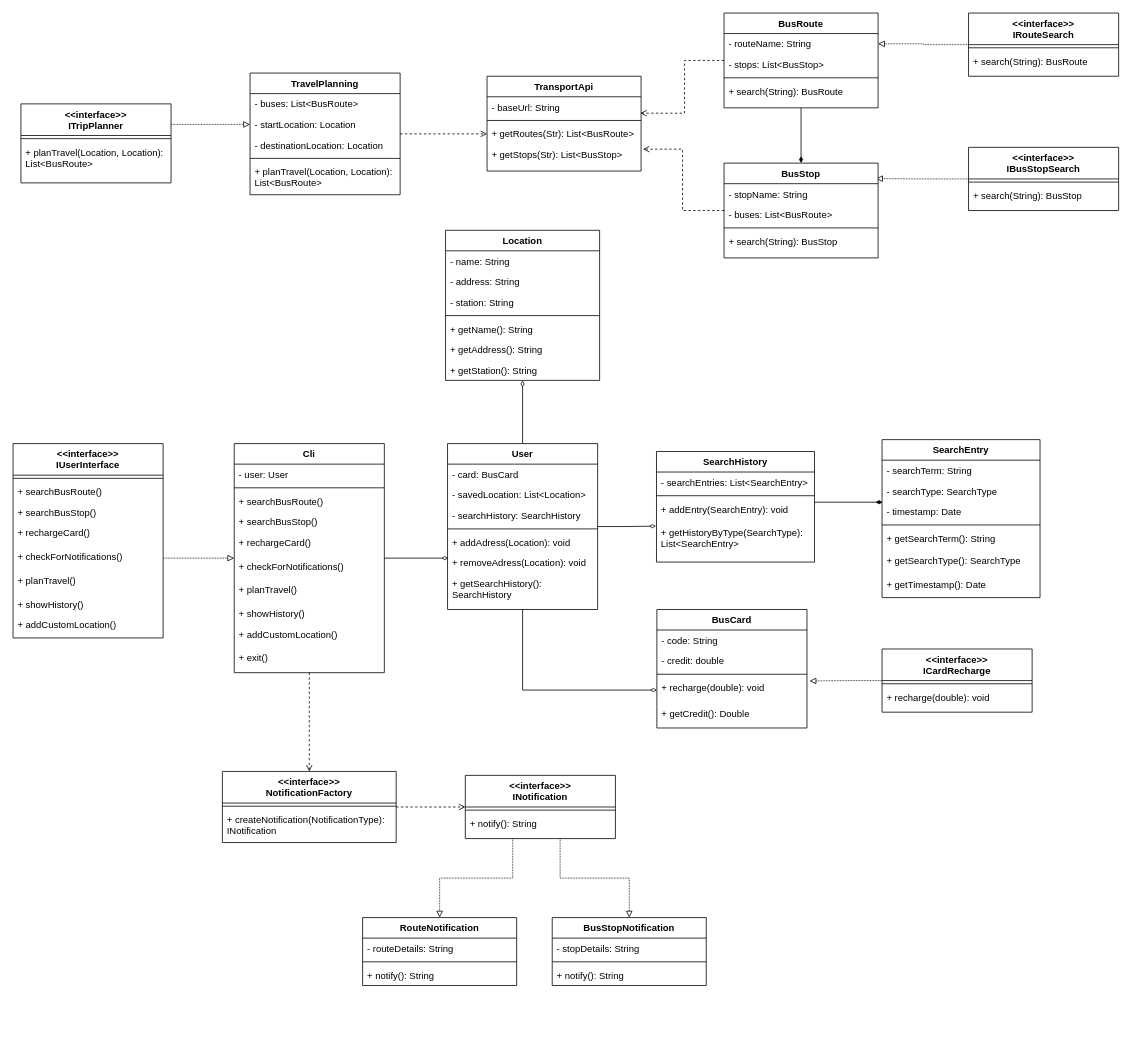
ProyectoFinalSoftwareModeling/SmartCommute keeps this draw.io diagram as page "Class" (2 of 3) of diagrams.drawio. Above is the earlier version. Source tidied: cells renumbered, new cells numbered last; positions are measured from the earlier drawing's top-left corner, leaving out a move shared by most shapes. Both pictures are drawn from the tidied source at 79%, with x=0, y=0 at pixel (13, 13).
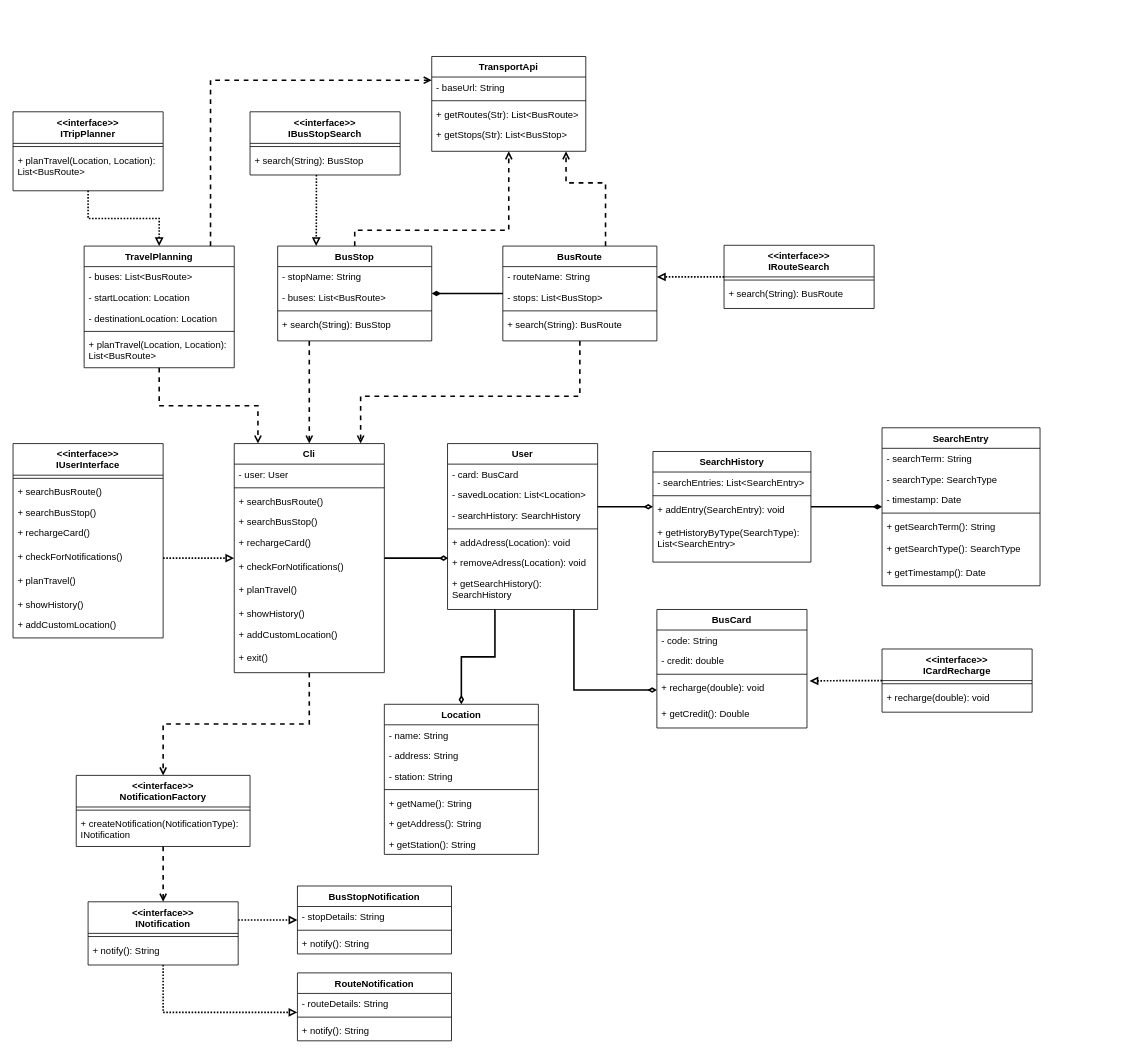
After the change.

Commit message:
ClassDiagram: Clarity improvements

Unchanged cells that the change refers to:
```xml
<mxCell id="4" value="User" style="swimlane;fontStyle=1;align=center;verticalAlign=top;horizontal=1;startSize=26;rounded=0;shadow=0;strokeWidth=1;" parent="1" vertex="1">
  <mxGeometry x="550" y="545" width="190" height="210" as="geometry" />
</mxCell>
<mxCell id="10" value="+ removeAdress(Location): void" style="text;align=left;verticalAlign=top;spacingLeft=4;spacingRight=4;overflow=hidden;points=[[0,0.5],[1,0.5]];portConstraint=eastwest;" parent="4" vertex="1">
  <mxGeometry y="138" width="190" height="26" as="geometry" />
</mxCell>
<mxCell id="17" value="+ checkForNotifications()" style="text;align=left;verticalAlign=top;spacingLeft=4;spacingRight=4;overflow=hidden;points=[[0,0.5],[1,0.5]];portConstraint=eastwest;" parent="12" vertex="1">
  <mxGeometry y="130" width="190" height="30" as="geometry" />
</mxCell>
<mxCell id="22" value="Cli" style="swimlane;fontStyle=1;align=center;verticalAlign=top;horizontal=1;startSize=26;rounded=0;shadow=0;strokeWidth=1;" parent="1" vertex="1">
  <mxGeometry x="280" y="545" width="190" height="290" as="geometry" />
</mxCell>
<mxCell id="39" value="- startLocation: Location" style="text;align=left;verticalAlign=top;spacingLeft=4;spacingRight=4;overflow=hidden;points=[[0,0.5],[1,0.5]];portConstraint=eastwest;rounded=0;shadow=0;html=0;" parent="37" vertex="1">
  <mxGeometry y="52" width="190" height="26" as="geometry" />
</mxCell>
<mxCell id="46" value="+ addEntry(SearchEntry): void" style="text;align=left;verticalAlign=top;spacingLeft=4;spacingRight=4;overflow=hidden;points=[[0,0.5],[1,0.5]];portConstraint=eastwest;" parent="43" vertex="1">
  <mxGeometry y="60" width="200" height="30" as="geometry" />
</mxCell>
<mxCell id="47" value="+ getHistoryByType(SearchType): &#10;List&lt;SearchEntry&gt;" style="text;align=left;verticalAlign=top;spacingLeft=4;spacingRight=4;overflow=hidden;points=[[0,0.5],[1,0.5]];portConstraint=eastwest;" parent="43" vertex="1">
  <mxGeometry y="90" width="200" height="40" as="geometry" />
</mxCell>
<mxCell id="48" value="&lt;&lt;interface&gt;&gt;&#10;ICardRecharge" style="swimlane;fontStyle=1;align=center;verticalAlign=top;horizontal=1;startSize=40;rounded=0;shadow=0;strokeWidth=1;" parent="1" vertex="1">
  <mxGeometry x="1100" y="805" width="190" height="80" as="geometry" />
</mxCell>
<mxCell id="55" value="+ recharge(double): void" style="text;align=left;verticalAlign=top;spacingLeft=4;spacingRight=4;overflow=hidden;points=[[0,0.5],[1,0.5]];portConstraint=eastwest;" parent="51" vertex="1">
  <mxGeometry y="86" width="190" height="32" as="geometry" />
</mxCell>
<mxCell id="64" value="- routeName: String" style="text;align=left;verticalAlign=top;spacingLeft=4;spacingRight=4;overflow=hidden;points=[[0,0.5],[1,0.5]];portConstraint=eastwest;rounded=0;shadow=0;html=0;" parent="63" vertex="1">
  <mxGeometry y="26" width="195" height="26" as="geometry" />
</mxCell>
<mxCell id="98" value="- baseUrl: String" style="text;align=left;verticalAlign=top;spacingLeft=4;spacingRight=4;overflow=hidden;points=[[0,0.5],[1,0.5]];portConstraint=eastwest;rounded=0;shadow=0;html=0;" parent="97" vertex="1">
  <mxGeometry y="26" width="195" height="26" as="geometry" />
</mxCell>
<mxCell id="100" value="+ getRoutes(Str): List&lt;BusRoute&gt;" style="text;align=left;verticalAlign=top;spacingLeft=4;spacingRight=4;overflow=hidden;points=[[0,0.5],[1,0.5]];portConstraint=eastwest;rounded=0;shadow=0;html=0;" parent="97" vertex="1">
  <mxGeometry y="60" width="195" height="26" as="geometry" />
</mxCell>
<mxCell id="101" value="+ getStops(Str): List&lt;BusStop&gt;" style="text;align=left;verticalAlign=top;spacingLeft=4;spacingRight=4;overflow=hidden;points=[[0,0.5],[1,0.5]];portConstraint=eastwest;rounded=0;shadow=0;html=0;" parent="97" vertex="1">
  <mxGeometry y="86" width="195" height="26" as="geometry" />
</mxCell>
<mxCell id="114" value="- timestamp: Date" style="text;align=left;verticalAlign=top;spacingLeft=4;spacingRight=4;overflow=hidden;points=[[0,0.5],[1,0.5]];portConstraint=eastwest;rounded=0;shadow=0;html=0;" parent="111" vertex="1">
  <mxGeometry y="78" width="200" height="26" as="geometry" />
</mxCell>
```

Change to the diagram source:
```diff
@@
-    <mxCell id="2" style="edgeStyle=orthogonalEdgeStyle;rounded=0;jettySize=auto;html=1;entryX=0;entryY=0.5;entryDx=0;entryDy=0;endArrow=diamondThin;endFill=0;" parent="1" edge="1" source="4" target="55">
-      <mxGeometry relative="1" as="geometry" />
+    <mxCell id="2" style="edgeStyle=orthogonalEdgeStyle;rounded=0;jettySize=auto;html=1;entryX=0;entryY=0.5;entryDx=0;entryDy=0;endArrow=diamondThin;endFill=0;strokeWidth=2;" parent="1" edge="1" source="4" target="55">
+      <mxGeometry relative="1" as="geometry">
+        <Array as="points">
+          <mxPoint x="710" y="857" />
+        </Array>
+      </mxGeometry>
     </mxCell>
-    <mxCell id="3" style="edgeStyle=orthogonalEdgeStyle;rounded=0;jettySize=auto;html=1;entryX=0.5;entryY=1;entryDx=0;entryDy=0;endArrow=diamondThin;endFill=0;" parent="1" edge="1" source="4" target="103">
-      <mxGeometry relative="1" as="geometry" />
+    <mxCell id="3" style="edgeStyle=orthogonalEdgeStyle;rounded=0;jettySize=auto;html=1;entryX=0.5;entryY=0;entryDx=0;entryDy=0;endArrow=diamondThin;endFill=0;strokeWidth=2;" parent="1" edge="1" source="4" target="103">
+      <mxGeometry relative="1" as="geometry">
+        <Array as="points">
+          <mxPoint x="610" y="815" />
+          <mxPoint x="567" y="815" />
+        </Array>
+      </mxGeometry>
     </mxCell>
@@
-    <mxCell id="21" style="edgeStyle=orthogonalEdgeStyle;rounded=0;jettySize=auto;html=1;entryX=0.5;entryY=0;entryDx=0;entryDy=0;dashed=1;endArrow=open;endFill=0;" parent="1" edge="1" source="22" target="91">
+    <mxCell id="21" style="edgeStyle=orthogonalEdgeStyle;rounded=0;jettySize=auto;html=1;entryX=0.5;entryY=0;entryDx=0;entryDy=0;dashed=1;endArrow=open;endFill=0;strokeWidth=2;" parent="1" edge="1" source="22" target="91">
       <mxGeometry relative="1" as="geometry" />
     </mxCell>
@@
     <mxCell id="33" value="&lt;&lt;interface&gt;&gt;&#10;ITripPlanner" style="swimlane;fontStyle=1;align=center;verticalAlign=top;horizontal=1;startSize=40;rounded=0;shadow=0;strokeWidth=1;" parent="1" vertex="1">
-      <mxGeometry x="10" y="115" width="190" height="100" as="geometry" />
+      <mxGeometry y="125" width="190" height="100" as="geometry" />
     </mxCell>
@@
-    <mxCell id="36" style="edgeStyle=orthogonalEdgeStyle;rounded=0;jettySize=auto;html=1;entryX=0;entryY=0.5;entryDx=0;entryDy=0;dashed=1;endArrow=open;endFill=0;" parent="1" edge="1" source="37" target="100">
-      <mxGeometry relative="1" as="geometry" />
+    <mxCell id="36" style="edgeStyle=orthogonalEdgeStyle;rounded=0;jettySize=auto;html=1;dashed=1;endArrow=open;endFill=0;targetPerimeterSpacing=0;strokeColor=default;strokeWidth=2;" parent="1" edge="1" source="37" target="97">
+      <mxGeometry relative="1" as="geometry">
+        <Array as="points">
+          <mxPoint x="250" y="85" />
+        </Array>
+      </mxGeometry>
     </mxCell>
+    <mxCell id="122" style="edgeStyle=orthogonalEdgeStyle;rounded=0;jettySize=auto;html=1;dashed=1;endArrow=open;endFill=0;strokeWidth=2;" parent="1" edge="1" source="37" target="22">
+      <mxGeometry relative="1" as="geometry">
+        <Array as="points">
+          <mxPoint x="185" y="497" />
+          <mxPoint x="310" y="497" />
+        </Array>
+      </mxGeometry>
+    </mxCell>
     <mxCell id="37" value="TravelPlanning" style="swimlane;fontStyle=1;align=center;verticalAlign=top;horizontal=1;startSize=26;rounded=0;shadow=0;strokeWidth=1;" parent="1" vertex="1">
-      <mxGeometry x="300" y="76" width="190" height="154" as="geometry" />
+      <mxGeometry x="90" y="295" width="190" height="154" as="geometry" />
     </mxCell>
@@
     <mxCell id="43" value="SearchHistory" style="swimlane;fontStyle=1;align=center;verticalAlign=top;horizontal=1;startSize=26;rounded=0;shadow=0;strokeWidth=1;" parent="1" vertex="1">
-      <mxGeometry x="814.5" y="555" width="200" height="140" as="geometry" />
+      <mxGeometry x="810" y="555" width="200" height="140" as="geometry" />
     </mxCell>
@@
-    <mxCell id="57" style="edgeStyle=orthogonalEdgeStyle;rounded=0;jettySize=auto;html=1;entryX=1;entryY=0.5;entryDx=0;entryDy=0;endArrow=block;endFill=0;dashed=1;dashPattern=1 1;" parent="1" edge="1" source="58" target="64">
+    <mxCell id="57" style="edgeStyle=orthogonalEdgeStyle;rounded=0;jettySize=auto;html=1;entryX=1;entryY=0.5;entryDx=0;entryDy=0;endArrow=block;endFill=0;dashed=1;dashPattern=1 1;strokeWidth=2;" parent="1" edge="1" source="58" target="64">
       <mxGeometry relative="1" as="geometry" />
     </mxCell>
     <mxCell id="58" value="&lt;&lt;interface&gt;&gt;&#10;IRouteSearch" style="swimlane;fontStyle=1;align=center;verticalAlign=top;horizontal=1;startSize=40;rounded=0;shadow=0;strokeWidth=1;" parent="1" vertex="1">
-      <mxGeometry x="1209.5" width="190" height="80" as="geometry" />
+      <mxGeometry x="900" y="294" width="190" height="80" as="geometry" />
     </mxCell>
@@
-    <mxCell id="61" style="edgeStyle=orthogonalEdgeStyle;rounded=0;jettySize=auto;html=1;entryX=0.5;entryY=0;entryDx=0;entryDy=0;endArrow=diamondThin;endFill=1;" parent="1" edge="1" source="63" target="72">
+    <mxCell id="61" style="edgeStyle=orthogonalEdgeStyle;rounded=0;jettySize=auto;html=1;endArrow=diamondThin;endFill=1;strokeWidth=2;" parent="1" edge="1" source="63" target="72">
       <mxGeometry relative="1" as="geometry" />
     </mxCell>
-    <mxCell id="62" style="edgeStyle=orthogonalEdgeStyle;rounded=0;jettySize=auto;html=1;entryX=0.995;entryY=0.799;entryDx=0;entryDy=0;dashed=1;endArrow=open;endFill=0;entryPerimeter=0;" parent="1" edge="1" source="63" target="98">
+    <mxCell id="62" style="edgeStyle=orthogonalEdgeStyle;rounded=0;jettySize=auto;html=1;dashed=1;endArrow=open;endFill=0;strokeWidth=2;" parent="1" edge="1" source="63" target="97">
       <mxGeometry relative="1" as="geometry">
         <Array as="points">
-          <mxPoint x="850" y="60" />
-          <mxPoint x="850" y="127" />
+          <mxPoint x="750" y="215" />
+          <mxPoint x="700" y="215" />
         </Array>
       </mxGeometry>
     </mxCell>
+    <mxCell id="123" style="edgeStyle=orthogonalEdgeStyle;rounded=0;jettySize=auto;html=1;endArrow=open;endFill=0;dashed=1;strokeWidth=2;" parent="1" edge="1" source="63" target="22">
+      <mxGeometry relative="1" as="geometry">
+        <Array as="points">
+          <mxPoint x="717" y="485" />
+          <mxPoint x="440" y="485" />
+        </Array>
+      </mxGeometry>
+    </mxCell>
     <mxCell id="63" value="BusRoute" style="swimlane;fontStyle=1;align=center;verticalAlign=top;horizontal=1;startSize=26;rounded=0;shadow=0;strokeWidth=1;" parent="1" vertex="1">
-      <mxGeometry x="900" width="195" height="120" as="geometry" />
+      <mxGeometry x="620" y="295" width="195" height="120" as="geometry" />
     </mxCell>
@@
-    <mxCell id="68" style="edgeStyle=orthogonalEdgeStyle;rounded=0;jettySize=auto;html=1;endArrow=block;endFill=0;dashed=1;dashPattern=1 1;entryX=0.987;entryY=0.163;entryDx=0;entryDy=0;entryPerimeter=0;" parent="1" edge="1" source="69" target="72">
-      <mxGeometry relative="1" as="geometry" />
+    <mxCell id="68" style="edgeStyle=orthogonalEdgeStyle;rounded=0;jettySize=auto;html=1;endArrow=block;endFill=0;dashed=1;dashPattern=1 1;entryX=0.25;entryY=0;entryDx=0;entryDy=0;strokeWidth=2;" parent="1" edge="1" source="69" target="72">
+      <mxGeometry relative="1" as="geometry">
+        <Array as="points">
+          <mxPoint x="384" y="255" />
+          <mxPoint x="384" y="255" />
+        </Array>
+      </mxGeometry>
     </mxCell>
     <mxCell id="69" value="&lt;&lt;interface&gt;&gt;&#10;IBusStopSearch" style="swimlane;fontStyle=1;align=center;verticalAlign=top;horizontal=1;startSize=40;rounded=0;shadow=0;strokeWidth=1;" parent="1" vertex="1">
-      <mxGeometry x="1209.5" y="170" width="190" height="80" as="geometry" />
+      <mxGeometry x="300" y="125" width="190" height="80" as="geometry" />
     </mxCell>
@@
+    <mxCell id="124" style="edgeStyle=orthogonalEdgeStyle;rounded=0;jettySize=auto;html=1;endArrow=open;endFill=0;dashed=1;strokeWidth=2;" parent="1" edge="1" source="72" target="22">
+      <mxGeometry relative="1" as="geometry">
+        <Array as="points">
+          <mxPoint x="375" y="445" />
+          <mxPoint x="375" y="445" />
+        </Array>
+      </mxGeometry>
+    </mxCell>
     <mxCell id="72" value="BusStop" style="swimlane;fontStyle=1;align=center;verticalAlign=top;horizontal=1;startSize=26;rounded=0;shadow=0;strokeWidth=1;" parent="1" vertex="1">
-      <mxGeometry x="900" y="190" width="195" height="120" as="geometry" />
+      <mxGeometry x="335" y="295" width="195" height="120" as="geometry" />
     </mxCell>
@@
-    <mxCell id="77" style="edgeStyle=orthogonalEdgeStyle;rounded=0;jettySize=auto;html=1;entryX=0.5;entryY=0;entryDx=0;entryDy=0;endArrow=block;endFill=0;dashed=1;dashPattern=1 1;" parent="1" edge="1" source="79" target="82">
+    <mxCell id="77" style="edgeStyle=orthogonalEdgeStyle;rounded=0;jettySize=auto;html=1;endArrow=block;endFill=0;dashed=1;dashPattern=1 1;strokeWidth=2;" parent="1" edge="1" source="79" target="82">
       <mxGeometry relative="1" as="geometry">
         <Array as="points">
-          <mxPoint x="632.5" y="1095" />
-          <mxPoint x="540.5" y="1095" />
+          <mxPoint x="190" y="1265" />
         </Array>
       </mxGeometry>
     </mxCell>
-    <mxCell id="78" style="edgeStyle=orthogonalEdgeStyle;rounded=0;jettySize=auto;html=1;entryX=0.5;entryY=0;entryDx=0;entryDy=0;dashed=1;dashPattern=1 1;endArrow=block;endFill=0;" parent="1" edge="1" source="79" target="86">
+    <mxCell id="78" style="edgeStyle=orthogonalEdgeStyle;rounded=0;jettySize=auto;html=1;dashed=1;dashPattern=1 1;endArrow=block;endFill=0;strokeWidth=2;" parent="1" edge="1" source="79" target="86">
       <mxGeometry relative="1" as="geometry">
         <Array as="points">
-          <mxPoint x="692.5" y="1095" />
-          <mxPoint x="780.5" y="1095" />
+          <mxPoint x="300" y="1148" />
+          <mxPoint x="300" y="1148" />
         </Array>
       </mxGeometry>
     </mxCell>
     <mxCell id="79" value="&lt;&lt;interface&gt;&gt;&#10;INotification" style="swimlane;fontStyle=1;align=center;verticalAlign=top;horizontal=1;startSize=40;rounded=0;shadow=0;strokeWidth=1;" parent="1" vertex="1">
-      <mxGeometry x="572.5" y="965" width="190" height="80" as="geometry" />
+      <mxGeometry x="95" y="1125" width="190" height="80" as="geometry" />
     </mxCell>
@@
     <mxCell id="82" value="RouteNotification" style="swimlane;fontStyle=1;align=center;verticalAlign=top;horizontal=1;startSize=26;rounded=0;shadow=0;strokeWidth=1;" parent="1" vertex="1">
-      <mxGeometry x="442.5" y="1145" width="195" height="86" as="geometry" />
+      <mxGeometry x="360" y="1215" width="195" height="86" as="geometry" />
     </mxCell>
@@
     <mxCell id="86" value="BusStopNotification" style="swimlane;fontStyle=1;align=center;verticalAlign=top;horizontal=1;startSize=26;rounded=0;shadow=0;strokeWidth=1;" parent="1" vertex="1">
-      <mxGeometry x="682.5" y="1145" width="195" height="86" as="geometry" />
+      <mxGeometry x="360" y="1105" width="195" height="86" as="geometry" />
     </mxCell>
@@
-    <mxCell id="90" style="edgeStyle=orthogonalEdgeStyle;rounded=0;jettySize=auto;html=1;entryX=0;entryY=0.5;entryDx=0;entryDy=0;dashed=1;endArrow=open;endFill=0;" parent="1" edge="1" source="91" target="79">
+    <mxCell id="90" style="edgeStyle=orthogonalEdgeStyle;rounded=0;jettySize=auto;html=1;entryX=0.5;entryY=0;entryDx=0;entryDy=0;dashed=1;endArrow=open;endFill=0;strokeWidth=2;" parent="1" edge="1" source="91" target="79">
       <mxGeometry relative="1" as="geometry" />
     </mxCell>
     <mxCell id="91" value="&lt;&lt;interface&gt;&gt;&#10;NotificationFactory" style="swimlane;fontStyle=1;align=center;verticalAlign=top;horizontal=1;startSize=40;rounded=0;shadow=0;strokeWidth=1;" parent="1" vertex="1">
-      <mxGeometry x="265" y="960" width="220" height="90" as="geometry" />
+      <mxGeometry x="80" y="965" width="220" height="90" as="geometry" />
     </mxCell>
@@
-    <mxCell id="94" style="edgeStyle=orthogonalEdgeStyle;rounded=0;jettySize=auto;html=1;entryX=0;entryY=0.5;entryDx=0;entryDy=0;dashed=1;endArrow=block;endFill=0;dashPattern=1 1;" parent="1" edge="1" source="17" target="22">
+    <mxCell id="94" style="edgeStyle=orthogonalEdgeStyle;rounded=0;jettySize=auto;html=1;entryX=0;entryY=0.5;entryDx=0;entryDy=0;dashed=1;endArrow=block;endFill=0;dashPattern=1 1;strokeWidth=2;" parent="1" edge="1" source="17" target="22">
       <mxGeometry relative="1" as="geometry" />
     </mxCell>
-    <mxCell id="95" style="edgeStyle=orthogonalEdgeStyle;rounded=0;jettySize=auto;html=1;entryX=0.005;entryY=0.269;entryDx=0;entryDy=0;entryPerimeter=0;endArrow=diamondThin;endFill=0;" parent="1" edge="1" source="22" target="10">
+    <mxCell id="95" style="edgeStyle=orthogonalEdgeStyle;rounded=0;jettySize=auto;html=1;entryX=0.005;entryY=0.269;entryDx=0;entryDy=0;entryPerimeter=0;endArrow=diamondThin;endFill=0;strokeWidth=2;flowAnimation=0;shadow=0;curved=0;" parent="1" edge="1" source="22" target="10">
       <mxGeometry relative="1" as="geometry" />
     </mxCell>
-    <mxCell id="96" style="edgeStyle=orthogonalEdgeStyle;rounded=0;jettySize=auto;html=1;entryX=0;entryY=0.5;entryDx=0;entryDy=0;dashed=1;endArrow=block;endFill=0;dashPattern=1 1;" parent="1" edge="1" source="33" target="39">
-      <mxGeometry relative="1" as="geometry">
-        <Array as="points">
-          <mxPoint x="250" y="141" />
-          <mxPoint x="250" y="141" />
-        </Array>
-      </mxGeometry>
+    <mxCell id="96" style="edgeStyle=orthogonalEdgeStyle;rounded=0;jettySize=auto;html=1;dashed=1;endArrow=block;endFill=0;dashPattern=1 1;strokeWidth=2;" parent="1" edge="1" source="33" target="37">
+      <mxGeometry relative="1" as="geometry" />
     </mxCell>
     <mxCell id="97" value="TransportApi" style="swimlane;fontStyle=1;align=center;verticalAlign=top;horizontal=1;startSize=26;rounded=0;shadow=0;strokeWidth=1;" parent="1" vertex="1">
-      <mxGeometry x="600" y="80" width="195" height="120" as="geometry" />
+      <mxGeometry x="530" y="55" width="195" height="120" as="geometry" />
     </mxCell>
@@
-    <mxCell id="102" style="edgeStyle=orthogonalEdgeStyle;rounded=0;jettySize=auto;html=1;entryX=-0.003;entryY=0.112;entryDx=0;entryDy=0;entryPerimeter=0;endArrow=diamondThin;endFill=0;" parent="1" edge="1" source="4" target="47">
-      <mxGeometry relative="1" as="geometry" />
+    <mxCell id="102" style="edgeStyle=orthogonalEdgeStyle;rounded=0;jettySize=auto;html=1;endArrow=diamondThin;endFill=0;strokeWidth=2;" parent="1" edge="1" source="4" target="43">
+      <mxGeometry relative="1" as="geometry">
+        <Array as="points">
+          <mxPoint x="770" y="625" />
+          <mxPoint x="770" y="625" />
+        </Array>
+      </mxGeometry>
     </mxCell>
     <mxCell id="103" value="Location" style="swimlane;fontStyle=1;align=center;verticalAlign=top;horizontal=1;startSize=26;rounded=0;shadow=0;strokeWidth=1;" parent="1" vertex="1">
-      <mxGeometry x="547.5" y="275" width="195" height="190" as="geometry" />
+      <mxGeometry x="470" y="875" width="195" height="190" as="geometry" />
     </mxCell>
@@
     <mxCell id="111" value="SearchEntry" style="swimlane;fontStyle=1;align=center;verticalAlign=top;horizontal=1;startSize=26;rounded=0;shadow=0;strokeWidth=1;" parent="1" vertex="1">
-      <mxGeometry x="1100" y="540" width="200" height="200" as="geometry" />
+      <mxGeometry x="1100" y="525" width="200" height="200" as="geometry" />
     </mxCell>
@@
-    <mxCell id="119" style="edgeStyle=orthogonalEdgeStyle;rounded=0;jettySize=auto;html=1;entryX=0.004;entryY=0.048;entryDx=0;entryDy=0;entryPerimeter=0;endArrow=diamondThin;endFill=1;" parent="1" edge="1" source="46" target="114">
-      <mxGeometry relative="1" as="geometry">
-        <Array as="points">
-          <mxPoint x="1093.5" y="620" />
-        </Array>
-      </mxGeometry>
+    <mxCell id="119" style="edgeStyle=orthogonalEdgeStyle;rounded=0;jettySize=auto;html=1;endArrow=diamondThin;endFill=1;strokeWidth=2;" parent="1" edge="1" source="43" target="111">
+      <mxGeometry relative="1" as="geometry" />
     </mxCell>
-    <mxCell id="120" style="edgeStyle=orthogonalEdgeStyle;rounded=0;jettySize=auto;html=1;entryX=1.017;entryY=0.141;entryDx=0;entryDy=0;entryPerimeter=0;endArrow=block;endFill=0;dashed=1;dashPattern=1 1;" parent="1" edge="1" source="48" target="55">
+    <mxCell id="120" style="edgeStyle=orthogonalEdgeStyle;rounded=0;jettySize=auto;html=1;entryX=1.017;entryY=0.141;entryDx=0;entryDy=0;entryPerimeter=0;endArrow=block;endFill=0;dashed=1;dashPattern=1 1;strokeWidth=2;" parent="1" edge="1" source="48" target="55">
       <mxGeometry relative="1" as="geometry" />
     </mxCell>
-    <mxCell id="121" style="edgeStyle=orthogonalEdgeStyle;rounded=0;jettySize=auto;html=1;entryX=1.012;entryY=0.244;entryDx=0;entryDy=0;entryPerimeter=0;endArrow=open;endFill=0;dashed=1;" parent="1" edge="1" source="72" target="101">
-      <mxGeometry relative="1" as="geometry" />
+    <mxCell id="121" style="edgeStyle=orthogonalEdgeStyle;rounded=0;jettySize=auto;html=1;entryX=0.5;entryY=1;entryDx=0;entryDy=0;endArrow=open;endFill=0;dashed=1;strokeWidth=2;" parent="1" edge="1" source="72" target="97">
+      <mxGeometry relative="1" as="geometry">
+        <Array as="points">
+          <mxPoint x="433" y="275" />
+          <mxPoint x="627" y="275" />
+        </Array>
+      </mxGeometry>
     </mxCell>
```
